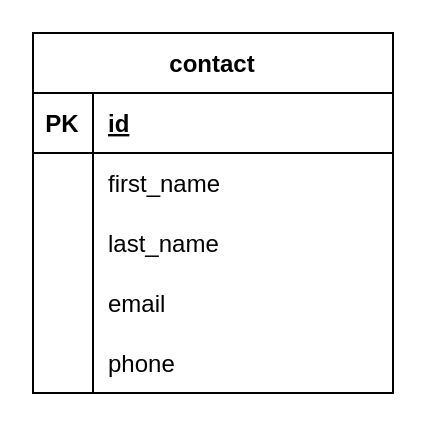
Earlier version of the draw.io diagram documents/database_diagram.drawio (geeklogbook/contacts-console-py). Source tidied: cells renumbered, new cells numbered last; positions are measured from the earlier drawing's top-left corner, leaving out a move shared by most shapes. Both pictures are drawn from the tidied source at 200%, with x=0, y=0 at pixel (32, 32).
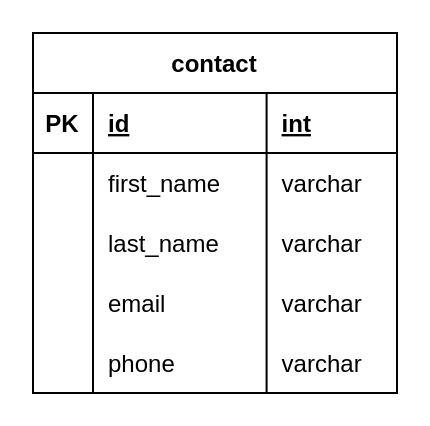
After the change.

The edit, as a diff of the source:
```diff
@@
     <mxCell id="2" value="contact" style="shape=table;startSize=30;childLayout=tableLayout;rowLines=0;fontStyle=1;align=center;" parent="1" vertex="1">
-      <mxGeometry width="180" height="180" as="geometry" />
+      <mxGeometry width="182" height="180" as="geometry" />
     </mxCell>
     <mxCell id="3" style="shape=tableRow;horizontal=0;startSize=0;swimlaneHead=0;swimlaneBody=0;fillColor=none;top=0;left=0;right=0;bottom=1;" parent="2" vertex="1">
-      <mxGeometry y="30" width="180" height="30" as="geometry" />
+      <mxGeometry y="30" width="182" height="30" as="geometry" />
     </mxCell>
@@
     <mxCell id="5" value="id" style="shape=partialRectangle;fillColor=none;top=0;left=0;bottom=0;right=0;align=left;spacingLeft=6;fontStyle=5;overflow=hidden;" parent="3" vertex="1">
-      <mxGeometry x="30" width="150" height="30" as="geometry" />
+      <mxGeometry x="30" width="86.8" height="30" as="geometry" />
     </mxCell>
+    <mxCell id="18" value="int" style="shape=partialRectangle;fillColor=none;top=0;left=0;bottom=0;right=0;align=left;spacingLeft=6;fontStyle=5;overflow=hidden;" parent="3" vertex="1">
+      <mxGeometry x="116.8" width="65.2" height="30" as="geometry" />
+    </mxCell>
     <mxCell id="6" style="shape=tableRow;horizontal=0;startSize=0;swimlaneHead=0;swimlaneBody=0;fillColor=none;top=0;left=0;right=0;bottom=0;" parent="2" vertex="1">
-      <mxGeometry y="60" width="180" height="30" as="geometry" />
+      <mxGeometry y="60" width="182" height="30" as="geometry" />
     </mxCell>
@@
     <mxCell id="8" value="first_name" style="shape=partialRectangle;fillColor=none;top=0;left=0;bottom=0;right=0;align=left;spacingLeft=6;overflow=hidden;" parent="6" vertex="1">
-      <mxGeometry x="30" width="150" height="30" as="geometry" />
+      <mxGeometry x="30" width="86.8" height="30" as="geometry" />
     </mxCell>
+    <mxCell id="19" value="varchar" style="shape=partialRectangle;fillColor=none;top=0;left=0;bottom=0;right=0;align=left;spacingLeft=6;overflow=hidden;" parent="6" vertex="1">
+      <mxGeometry x="116.8" width="65.2" height="30" as="geometry" />
+    </mxCell>
     <mxCell id="9" style="shape=tableRow;horizontal=0;startSize=0;swimlaneHead=0;swimlaneBody=0;fillColor=none;top=0;left=0;right=0;bottom=0;" parent="2" vertex="1">
-      <mxGeometry y="90" width="180" height="30" as="geometry" />
+      <mxGeometry y="90" width="182" height="30" as="geometry" />
     </mxCell>
@@
     <mxCell id="11" value="last_name" style="shape=partialRectangle;fillColor=none;top=0;left=0;bottom=0;right=0;align=left;spacingLeft=6;overflow=hidden;" parent="9" vertex="1">
-      <mxGeometry x="30" width="150" height="30" as="geometry" />
+      <mxGeometry x="30" width="86.8" height="30" as="geometry" />
     </mxCell>
+    <mxCell id="20" value="varchar" style="shape=partialRectangle;fillColor=none;top=0;left=0;bottom=0;right=0;align=left;spacingLeft=6;overflow=hidden;" parent="9" vertex="1">
+      <mxGeometry x="116.8" width="65.2" height="30" as="geometry" />
+    </mxCell>
     <mxCell id="12" style="shape=tableRow;horizontal=0;startSize=0;swimlaneHead=0;swimlaneBody=0;fillColor=none;top=0;left=0;right=0;bottom=0;" parent="2" vertex="1">
-      <mxGeometry y="120" width="180" height="30" as="geometry" />
+      <mxGeometry y="120" width="182" height="30" as="geometry" />
     </mxCell>
@@
     <mxCell id="14" value="email" style="shape=partialRectangle;fillColor=none;top=0;left=0;bottom=0;right=0;align=left;spacingLeft=6;overflow=hidden;" parent="12" vertex="1">
-      <mxGeometry x="30" width="150" height="30" as="geometry" />
+      <mxGeometry x="30" width="86.8" height="30" as="geometry" />
     </mxCell>
+    <mxCell id="21" value="varchar" style="shape=partialRectangle;fillColor=none;top=0;left=0;bottom=0;right=0;align=left;spacingLeft=6;overflow=hidden;" parent="12" vertex="1">
+      <mxGeometry x="116.8" width="65.2" height="30" as="geometry" />
+    </mxCell>
     <mxCell id="15" style="shape=tableRow;horizontal=0;startSize=0;swimlaneHead=0;swimlaneBody=0;fillColor=none;top=0;left=0;right=0;bottom=0;" parent="2" vertex="1">
-      <mxGeometry y="150" width="180" height="30" as="geometry" />
+      <mxGeometry y="150" width="182" height="30" as="geometry" />
     </mxCell>
@@
     <mxCell id="17" value="phone" style="shape=partialRectangle;fillColor=none;top=0;left=0;bottom=0;right=0;align=left;spacingLeft=6;overflow=hidden;" parent="15" vertex="1">
-      <mxGeometry x="30" width="150" height="30" as="geometry" />
+      <mxGeometry x="30" width="86.8" height="30" as="geometry" />
     </mxCell>
+    <mxCell id="22" value="varchar" style="shape=partialRectangle;fillColor=none;top=0;left=0;bottom=0;right=0;align=left;spacingLeft=6;overflow=hidden;" parent="15" vertex="1">
+      <mxGeometry x="116.8" width="65.2" height="30" as="geometry" />
+    </mxCell>
```
